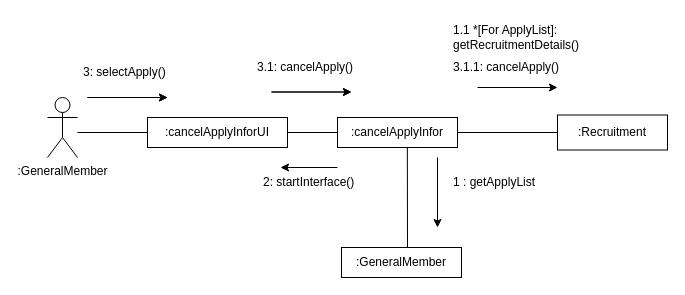
Earlier version of the draw.io diagram B811190_진선명/지원취소.drawio (FinancialWorld16/SE_TEAM). Source tidied: cells renumbered, new cells numbered last; positions are measured from the earlier drawing's top-left corner, leaving out a move shared by most shapes. Both pictures are drawn from the tidied source at 100%, with x=0, y=0 at pixel (47, 17).
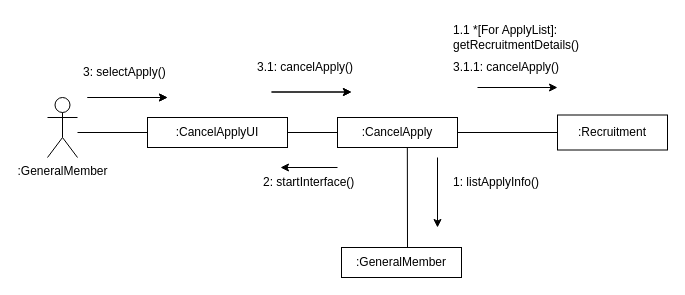
The same diagram, later.

Diff of the diagram source:
```diff
@@
-    <mxCell id="10" value=":cancelApplyInforUI" style="rounded=0;whiteSpace=wrap;html=1;" parent="1" vertex="1">
+    <mxCell id="10" value=":CancelApplyUI" style="rounded=0;whiteSpace=wrap;html=1;" parent="1" vertex="1">
       <mxGeometry x="100" y="100" width="140" height="30" as="geometry" />
     </mxCell>
-    <mxCell id="11" value=":cancelApplyInfor" style="rounded=0;whiteSpace=wrap;html=1;" parent="1" vertex="1">
+    <mxCell id="11" value=":CancelApply" style="rounded=0;whiteSpace=wrap;html=1;" parent="1" vertex="1">
       <mxGeometry x="290" y="100" width="120" height="30" as="geometry" />
     </mxCell>
@@
-    <mxCell id="21" value="1 : getApplyList" style="text;strokeColor=none;fillColor=none;align=left;verticalAlign=middle;spacingLeft=4;spacingRight=4;overflow=hidden;whiteSpace=wrap;html=1;" parent="1" vertex="1">
+    <mxCell id="21" value="1: listApplyInfo()" style="text;strokeColor=none;fillColor=none;align=left;verticalAlign=middle;spacingLeft=4;spacingRight=4;overflow=hidden;whiteSpace=wrap;html=1;" parent="1" vertex="1">
       <mxGeometry x="400" y="150" width="100" height="30" as="geometry" />
     </mxCell>
```
